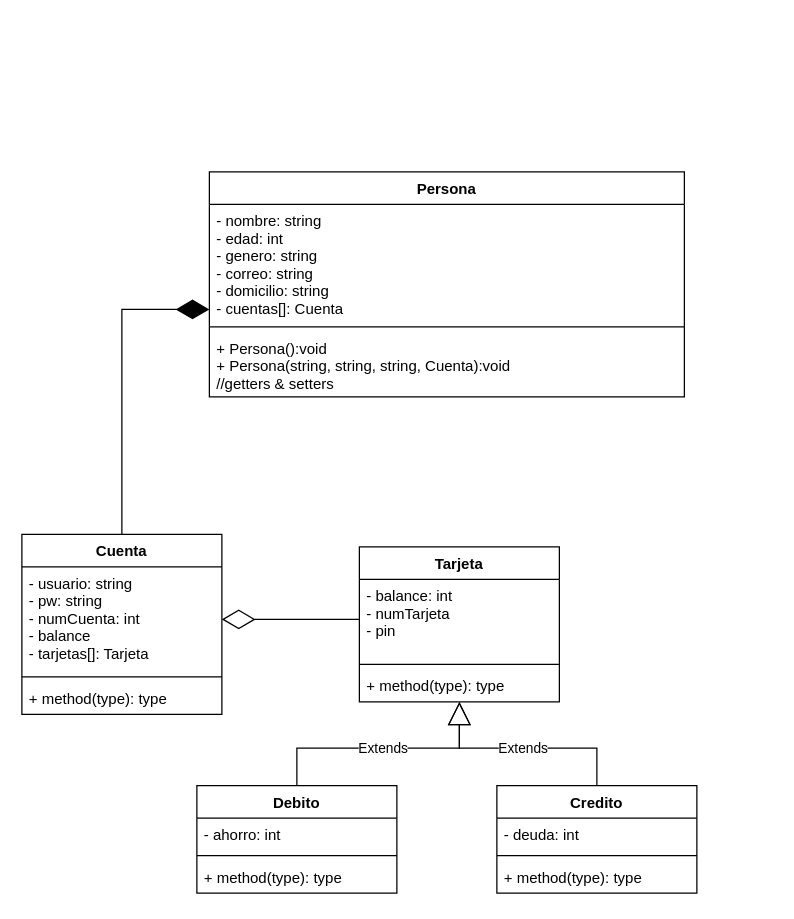
The draw.io diagram Diagram/DaigramUML.drawio in IsraelRiverss/ATM, before the edit. Source tidied: cells renumbered, new cells numbered last; positions are measured from the earlier drawing's top-left corner, leaving out a move shared by most shapes. Both pictures are drawn from the tidied source at 125%, with x=0, y=0 at pixel (21, 171).
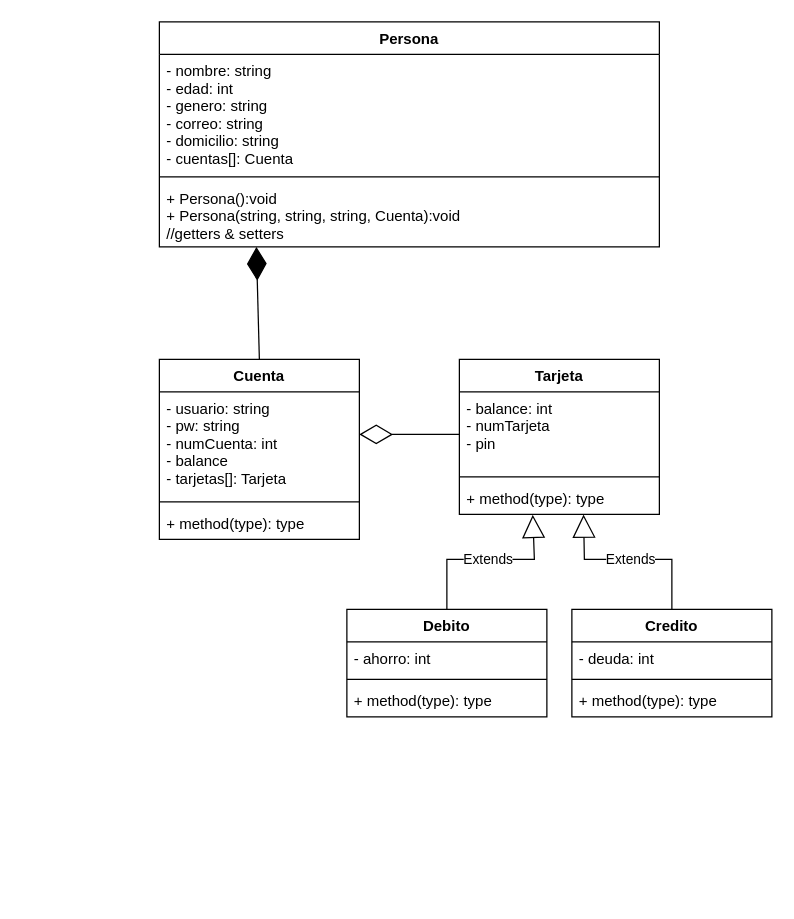
The same diagram, later.

The change refers to these unchanged cells:
```xml
<mxCell id="15" value="- balance: int&#10;- numTarjeta&#10;- pin" style="text;strokeColor=none;fillColor=none;align=left;verticalAlign=top;spacingLeft=4;spacingRight=4;overflow=hidden;points=[[0,0.5],[1,0.5]];portConstraint=eastwest;" parent="14" vertex="1">
  <mxGeometry y="26" width="160" height="64" as="geometry" />
</mxCell>
<mxCell id="17" value="+ method(type): type" style="text;strokeColor=none;fillColor=none;align=left;verticalAlign=top;spacingLeft=4;spacingRight=4;overflow=hidden;points=[[0,0.5],[1,0.5]];portConstraint=eastwest;" parent="14" vertex="1">
  <mxGeometry y="98" width="160" height="26" as="geometry" />
</mxCell>
<mxCell id="21" value="- usuario: string&#10;- pw: string&#10;- numCuenta: int &#10;- balance&#10;- tarjetas[]: Tarjeta" style="text;strokeColor=none;fillColor=none;align=left;verticalAlign=top;spacingLeft=4;spacingRight=4;overflow=hidden;points=[[0,0.5],[1,0.5]];portConstraint=eastwest;" parent="20" vertex="1">
  <mxGeometry y="26" width="160" height="84" as="geometry" />
</mxCell>
```

Diff of the diagram source:
```diff
@@
     <mxCell id="2" value="Persona" style="swimlane;fontStyle=1;align=center;verticalAlign=top;horizontal=1;startSize=26;" parent="1" vertex="1">
-      <mxGeometry x="150" width="380" height="180" as="geometry" />
+      <mxGeometry x="110" y="-120" width="400" height="180" as="geometry" />
     </mxCell>
     <mxCell id="3" value="- nombre: string&#10;- edad: int&#10;- genero: string&#10;- correo: string&#10;- domicilio: string&#10;- cuentas[]: Cuenta" style="text;strokeColor=none;fillColor=none;align=left;verticalAlign=top;spacingLeft=4;spacingRight=4;overflow=hidden;" parent="2" vertex="1">
-      <mxGeometry y="26" width="380" height="94" as="geometry" />
+      <mxGeometry y="26" width="400" height="94" as="geometry" />
     </mxCell>
     <mxCell id="4" style="line;strokeWidth=1;fillColor=none;align=left;verticalAlign=middle;spacingTop=-1;spacingLeft=3;spacingRight=3;labelPosition=right;strokeColor=inherit;" parent="2" vertex="1">
-      <mxGeometry y="120" width="380" height="8" as="geometry" />
+      <mxGeometry y="120" width="400" height="8" as="geometry" />
     </mxCell>
     <mxCell id="5" value="+ Persona():void&#10;+ Persona(string, string, string, Cuenta):void&#10;//getters &amp; setters" style="text;strokeColor=none;fillColor=none;align=left;verticalAlign=top;spacingLeft=4;spacingRight=4;overflow=hidden;points=[[0,0.5],[1,0.5]];portConstraint=eastwest;" parent="2" vertex="1">
-      <mxGeometry y="128" width="380" height="52" as="geometry" />
+      <mxGeometry y="128" width="400" height="52" as="geometry" />
     </mxCell>
     <mxCell id="6" value="Debito" style="swimlane;fontStyle=1;align=center;verticalAlign=top;horizontal=1;startSize=26;" parent="1" vertex="1">
-      <mxGeometry x="140" y="491" width="160" height="86" as="geometry" />
+      <mxGeometry x="260" y="350" width="160" height="86" as="geometry" />
     </mxCell>
@@
     <mxCell id="10" value="Credito" style="swimlane;fontStyle=1;align=center;verticalAlign=top;horizontal=1;startSize=26;" parent="1" vertex="1">
-      <mxGeometry x="380" y="491" width="160" height="86" as="geometry" />
+      <mxGeometry x="440" y="350" width="160" height="86" as="geometry" />
     </mxCell>
@@
     <mxCell id="14" value="Tarjeta" style="swimlane;fontStyle=1;align=center;verticalAlign=top;horizontal=1;startSize=26;" parent="1" vertex="1">
-      <mxGeometry x="270" y="300" width="160" height="124" as="geometry" />
+      <mxGeometry x="350" y="150" width="160" height="124" as="geometry" />
     </mxCell>
@@
-    <mxCell id="18" value="Extends" style="endArrow=block;endSize=16;endFill=0;html=1;rounded=0;exitX=0.5;exitY=0;exitDx=0;exitDy=0;" parent="1" edge="1" source="6" target="17">
-      <mxGeometry relative="1" as="geometry">
-        <Array as="points">
-          <mxPoint x="220" y="461" />
-          <mxPoint x="350" y="461" />
-        </Array>
-      </mxGeometry>
-    </mxCell>
-    <mxCell id="19" value="Extends" style="endArrow=block;endSize=16;endFill=0;html=1;rounded=0;exitX=0.5;exitY=0;exitDx=0;exitDy=0;" parent="1" edge="1" source="10" target="17">
-      <mxGeometry relative="1" as="geometry">
-        <Array as="points">
-          <mxPoint x="460" y="461" />
-          <mxPoint x="350" y="461" />
-        </Array>
-      </mxGeometry>
-    </mxCell>
     <mxCell id="20" value="Cuenta" style="swimlane;fontStyle=1;align=center;verticalAlign=top;horizontal=1;startSize=26;" parent="1" vertex="1">
-      <mxGeometry y="290" width="160" height="144" as="geometry" />
+      <mxGeometry x="110" y="150" width="160" height="144" as="geometry" />
     </mxCell>
@@
-    <mxCell id="24" style="endArrow=diamondThin;endFill=0;endSize=24;html=1;rounded=0;exitX=0;exitY=0.5;exitDx=0;exitDy=0;entryX=1;entryY=0.5;entryDx=0;entryDy=0;" parent="1" edge="1" source="15" target="21">
-      <mxGeometry relative="1" as="geometry" />
+    <mxCell id="24" style="endArrow=diamondThin;endFill=0;endSize=24;html=1;rounded=0;" parent="1" edge="1">
+      <mxGeometry relative="1" as="geometry">
+        <mxPoint x="350" y="210" as="sourcePoint" />
+        <mxPoint x="270" y="210" as="targetPoint" />
+      </mxGeometry>
     </mxCell>
-    <mxCell id="25" style="endArrow=diamondThin;endFill=1;endSize=24;html=1;rounded=0;exitX=0.5;exitY=0;exitDx=0;exitDy=0;" parent="1" edge="1" source="20">
-      <mxGeometry relative="1" as="geometry">
-        <mxPoint x="150" y="110" as="targetPoint" />
-        <Array as="points">
-          <mxPoint x="80" y="110" />
-        </Array>
-      </mxGeometry>
+    <mxCell id="25" style="endArrow=diamondThin;endFill=1;endSize=24;html=1;rounded=0;exitX=0.5;exitY=0;exitDx=0;exitDy=0;entryX=0.194;entryY=1.001;entryDx=0;entryDy=0;entryPerimeter=0;" parent="1" edge="1" source="20" target="5">
+      <mxGeometry relative="1" as="geometry" />
     </mxCell>
+    <mxCell id="18" value="Extends" style="endArrow=block;endSize=16;endFill=0;html=1;rounded=0;exitX=0.5;exitY=0;exitDx=0;exitDy=0;entryX=0.367;entryY=1.015;entryDx=0;entryDy=0;entryPerimeter=0;" parent="1" edge="1" source="6" target="17">
+      <mxGeometry relative="1" as="geometry">
+        <Array as="points">
+          <mxPoint x="340" y="310" />
+          <mxPoint x="410" y="310" />
+        </Array>
+      </mxGeometry>
+    </mxCell>
+    <mxCell id="19" value="Extends" style="endArrow=block;endSize=16;endFill=0;html=1;rounded=0;exitX=0.5;exitY=0;exitDx=0;exitDy=0;entryX=0.621;entryY=1.007;entryDx=0;entryDy=0;entryPerimeter=0;" parent="1" edge="1" source="10" target="17">
+      <mxGeometry relative="1" as="geometry">
+        <Array as="points">
+          <mxPoint x="520" y="310" />
+          <mxPoint x="450" y="310" />
+        </Array>
+      </mxGeometry>
+    </mxCell>
```
